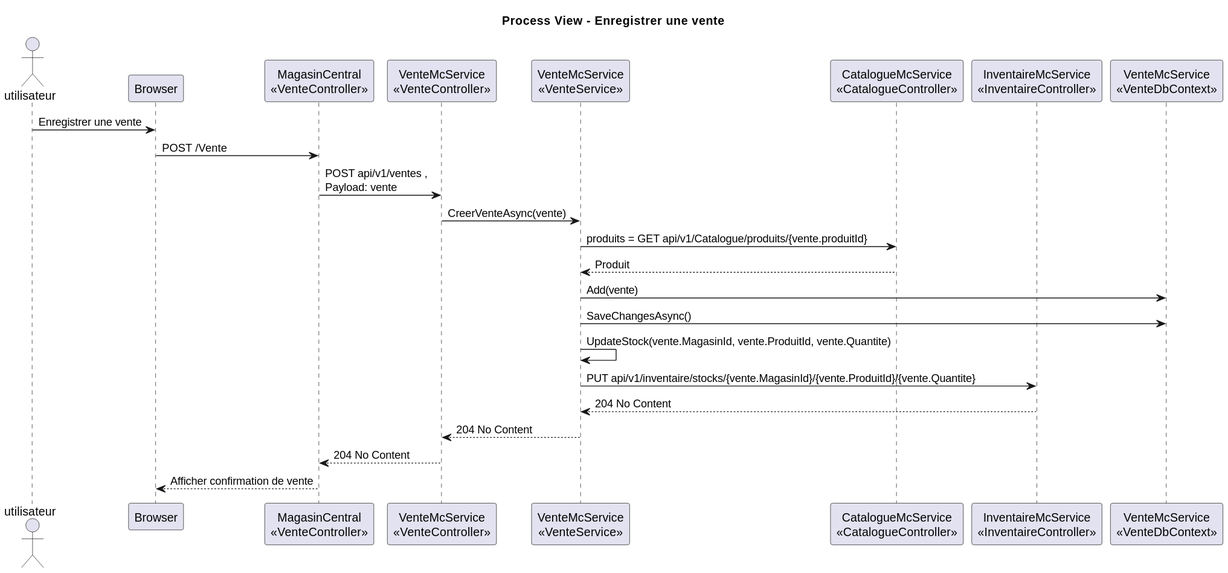
Above: out/docs/UML/Processus/ProcessView-EnregistrerVente/Process View - Enregistrer une vente.svg in itsahmed98/log430-lab6 (PlantUML), before the change. The source it was exported from:
```plantuml
@startuml
title Process View - Enregistrer une vente
actor "utilisateur" as utilisateur

participant "Browser" as browser
participant "MagasinCentral\n<<VenteController>>" as venteControllerClient
participant "VenteMcService\n<<VenteController>>" as venteController
participant "VenteMcService\n<<VenteService>>" as venteService
participant "CatalogueMcService\n<<CatalogueController>>" as catalogueController
participant "InventaireMcService\n<<InventaireController>>" as inventaireController
participant "VenteMcService\n<<VenteDbContext>>" as venteDbContext

utilisateur -> browser : Enregistrer une vente
browser -> venteControllerClient : POST /Vente
venteControllerClient -> venteController : POST api/v1/ventes ,\nPayload: vente
venteController -> venteService : CreerVenteAsync(vente)

venteService -> catalogueController : produits = GET api/v1/Catalogue/produits/{vente.produitId}
catalogueController --> venteService : Produit
venteService -> venteDbContext : Add(vente)
venteService -> venteDbContext : SaveChangesAsync()
venteService -> venteService : UpdateStock(vente.MagasinId, vente.ProduitId, vente.Quantite)
venteService -> inventaireController : PUT api/v1/inventaire/stocks/{vente.MagasinId}/{vente.ProduitId}/{vente.Quantite}
inventaireController --> venteService : 204 No Content
venteService --> venteController : 204 No Content
venteController --> venteControllerClient : 204 No Content
venteControllerClient --> browser : Afficher confirmation de vente
@enduml
```
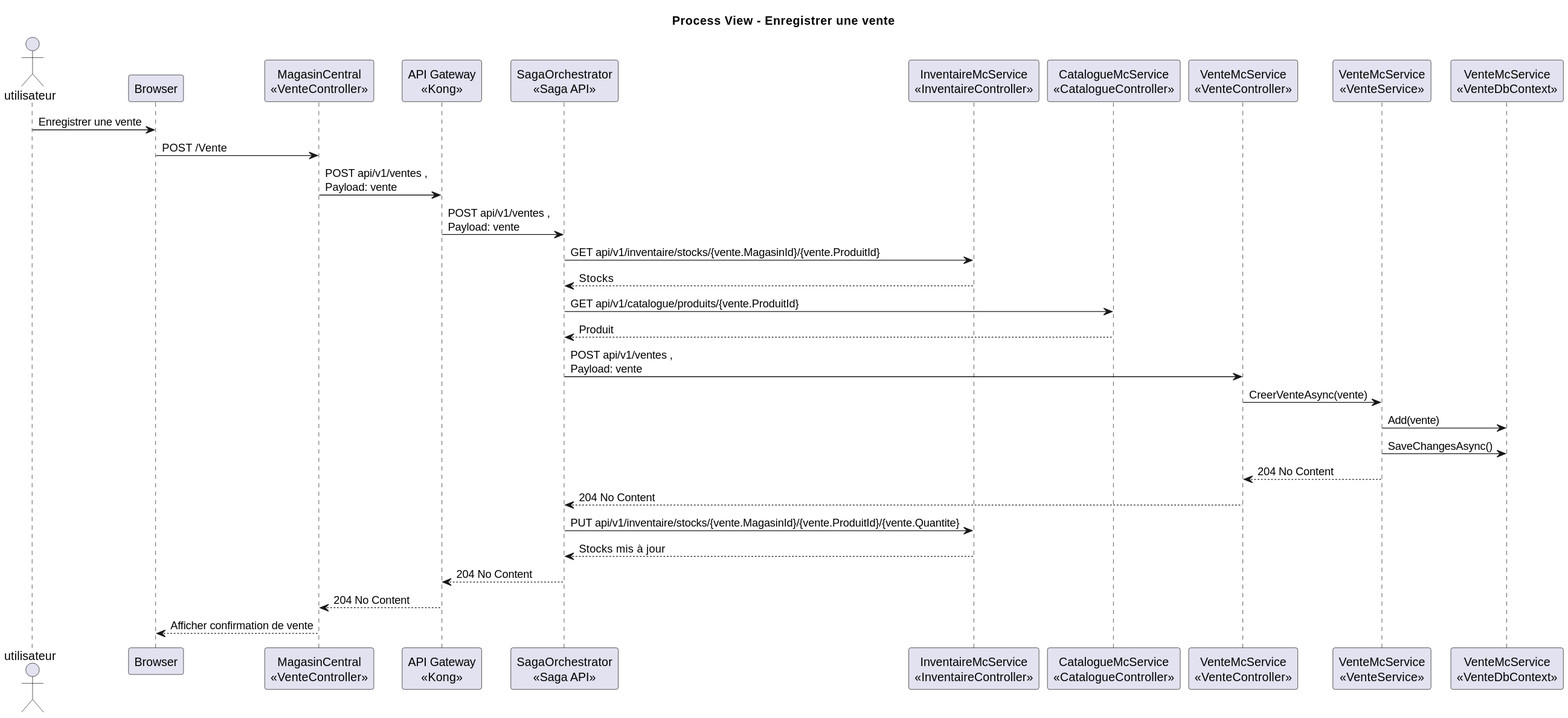
The same file after the commit.

Change to the diagram source:
```diff
@@ -4,25 +4,34 @@
 
 participant "Browser" as browser
 participant "MagasinCentral\n<<VenteController>>" as venteControllerClient
+participant "API Gateway\n<<Kong>>" as apiGateway
+participant "SagaOrchestrator\n<<Saga API>>" as sagaOrchestrator
+participant "InventaireMcService\n<<InventaireController>>" as inventaireController
+participant "CatalogueMcService\n<<CatalogueController>>" as catalogueController
 participant "VenteMcService\n<<VenteController>>" as venteController
 participant "VenteMcService\n<<VenteService>>" as venteService
-participant "CatalogueMcService\n<<CatalogueController>>" as catalogueController
-participant "InventaireMcService\n<<InventaireController>>" as inventaireController
 participant "VenteMcService\n<<VenteDbContext>>" as venteDbContext
 
 utilisateur -> browser : Enregistrer une vente
 browser -> venteControllerClient : POST /Vente
-venteControllerClient -> venteController : POST api/v1/ventes ,\nPayload: vente
+venteControllerClient -> apiGateway : POST api/v1/ventes ,\nPayload: vente
+apiGateway -> sagaOrchestrator : POST api/v1/ventes ,\nPayload: vente
+sagaOrchestrator -> inventaireController : GET api/v1/inventaire/stocks/{vente.MagasinId}/{vente.ProduitId}
+inventaireController --> sagaOrchestrator : Stocks
+sagaOrchestrator -> catalogueController : GET api/v1/catalogue/produits/{vente.ProduitId}
+catalogueController --> sagaOrchestrator : Produit
+sagaOrchestrator -> venteController : POST api/v1/ventes ,\nPayload: vente
 venteController -> venteService : CreerVenteAsync(vente)
-
-venteService -> catalogueController : produits = GET api/v1/Catalogue/produits/{vente.produitId}
-catalogueController --> venteService : Produit
 venteService -> venteDbContext : Add(vente)
 venteService -> venteDbContext : SaveChangesAsync()
-venteService -> venteService : UpdateStock(vente.MagasinId, vente.ProduitId, vente.Quantite)
-venteService -> inventaireController : PUT api/v1/inventaire/stocks/{vente.MagasinId}/{vente.ProduitId}/{vente.Quantite}
-inventaireController --> venteService : 204 No Content
+
 venteService --> venteController : 204 No Content
-venteController --> venteControllerClient : 204 No Content
+venteController --> sagaOrchestrator : 204 No Content
+
+sagaOrchestrator -> inventaireController : PUT api/v1/inventaire/stocks/{vente.MagasinId}/{vente.ProduitId}/{vente.Quantite}
+inventaireController --> sagaOrchestrator : Stocks mis à jour
+
+sagaOrchestrator --> apiGateway : 204 No Content
+apiGateway --> venteControllerClient : 204 No Content
 venteControllerClient --> browser : Afficher confirmation de vente
 @enduml
```
